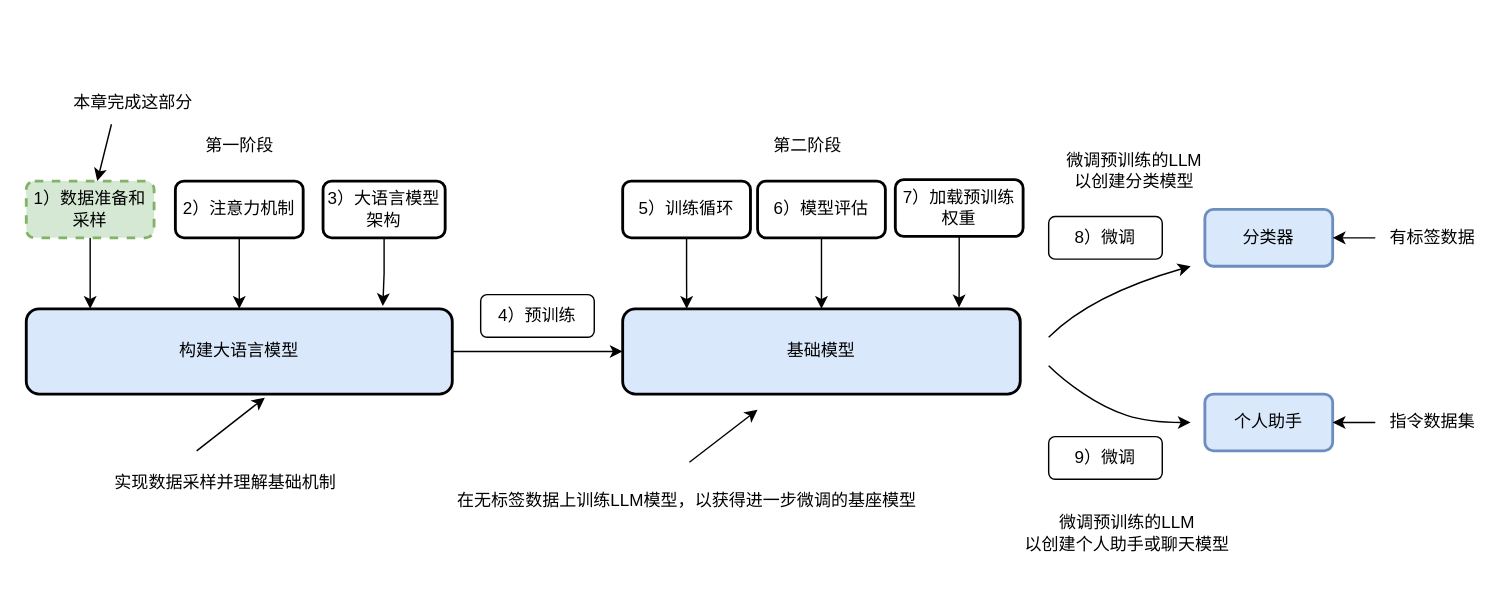
donglinAI/std_LLMs-from-scratch keeps this draw.io diagram as images_io/ch02_01_img1.drawio. Above is the earlier version. Source tidied: cells renumbered, new cells numbered last; positions are measured from the earlier drawing's top-left corner, leaving out a move shared by most shapes. Both pictures are drawn from the tidied source at 142%, with x=0, y=0 at pixel (26, 81).
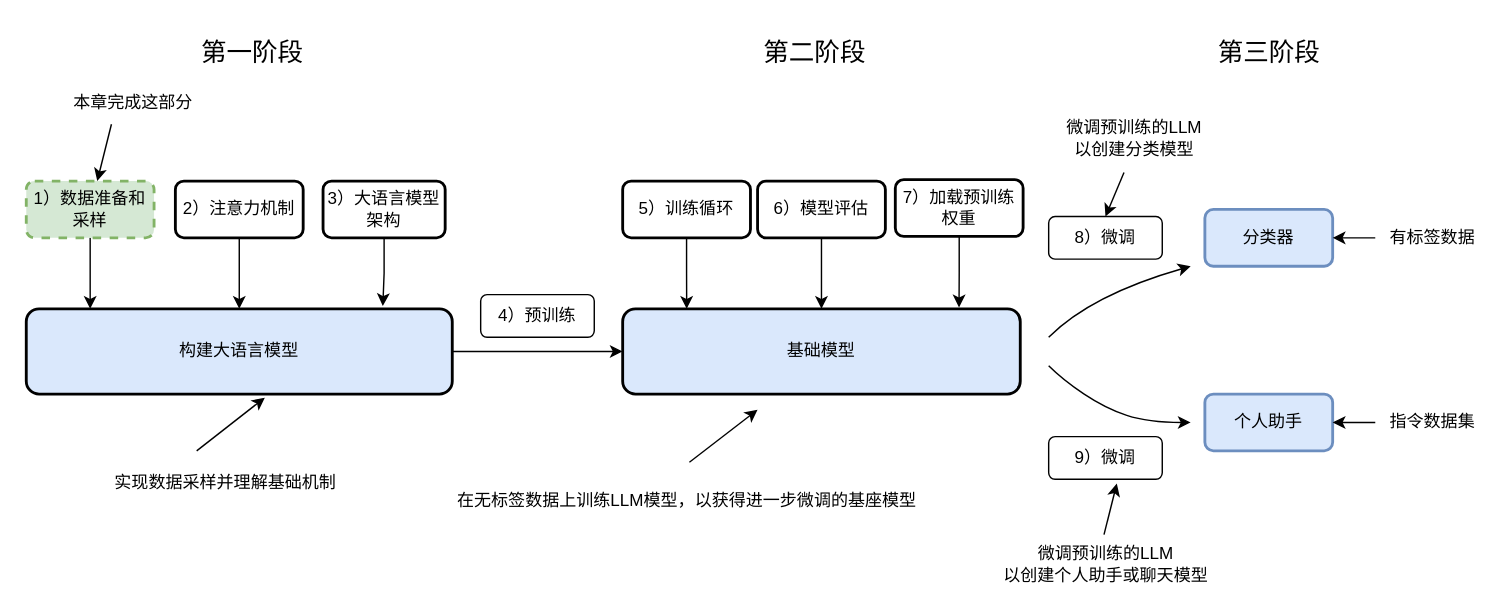
Above is the later version.

The change refers to these unchanged cells:
```xml
<mxCell id="32" value="8）微调" style="rounded=1;whiteSpace=wrap;html=1;strokeWidth=1;" parent="1" vertex="1">
  <mxGeometry x="720" y="95" width="80" height="30" as="geometry" />
</mxCell>
```

The edit, as a diff of the source:
```diff
@@
-    <mxCell id="12" value="第一阶段" style="text;html=1;align=center;verticalAlign=middle;strokeColor=none;fillColor=none;" parent="1" vertex="1">
-      <mxGeometry x="115" y="30" width="70" height="30" as="geometry" />
+    <mxCell id="12" value="&lt;font style=&quot;font-size: 18px;&quot;&gt;第一阶段&lt;/font&gt;" style="text;html=1;align=center;verticalAlign=middle;strokeColor=none;fillColor=none;" parent="1" vertex="1">
+      <mxGeometry x="109" y="-40" width="100" height="40" as="geometry" />
     </mxCell>
@@
-    <mxCell id="15" value="第二阶段" style="text;html=1;align=center;verticalAlign=middle;strokeColor=none;fillColor=none;" parent="1" vertex="1">
-      <mxGeometry x="515" y="30" width="70" height="30" as="geometry" />
+    <mxCell id="15" value="&lt;font style=&quot;font-size: 18px;&quot;&gt;第二阶段&lt;/font&gt;" style="text;html=1;align=center;verticalAlign=middle;strokeColor=none;fillColor=none;" parent="1" vertex="1">
+      <mxGeometry x="505" y="-40" width="100" height="40" as="geometry" />
     </mxCell>
@@
     <mxCell id="36" value="微调预训练的LLM&lt;div&gt;以创建个人助手或聊天模型&lt;/div&gt;" style="text;html=1;align=center;verticalAlign=middle;points=[];strokeColor=none;fillColor=none;" parent="1" vertex="1">
-      <mxGeometry x="690" y="298" width="170" height="40" as="geometry" />
+      <mxGeometry x="675" y="320" width="170" height="40" as="geometry" />
     </mxCell>
     <mxCell id="37" value="微调预训练的LLM&lt;div&gt;以创建分类模型&lt;/div&gt;" style="text;html=1;align=center;verticalAlign=middle;points=[];strokeColor=none;fillColor=none;" parent="1" vertex="1">
-      <mxGeometry x="720" y="43" width="120" height="40" as="geometry" />
+      <mxGeometry x="720" y="20" width="120" height="40" as="geometry" />
     </mxCell>
+    <mxCell id="38" value="&lt;font style=&quot;font-size: 18px;&quot;&gt;第三阶段&lt;/font&gt;" style="text;html=1;align=center;verticalAlign=middle;strokeColor=none;fillColor=none;" parent="1" vertex="1">
+      <mxGeometry x="825" y="-40" width="100" height="40" as="geometry" />
+    </mxCell>
+    <mxCell id="39" style="endArrow=classic;html=1;rounded=0;entryX=0.56;entryY=1.042;entryDx=0;entryDy=0;entryPerimeter=0;exitX=0.494;exitY=-0.025;exitDx=0;exitDy=0;exitPerimeter=0;" parent="1" edge="1" source="36">
+      <mxGeometry relative="1" as="geometry">
+        <mxPoint x="768" y="283" as="targetPoint" />
+      </mxGeometry>
+    </mxCell>
+    <mxCell id="40" style="endArrow=classic;html=1;rounded=0;entryX=0.5;entryY=0;entryDx=0;entryDy=0;exitX=0.442;exitY=1.1;exitDx=0;exitDy=0;exitPerimeter=0;" parent="1" edge="1" source="37" target="32">
+      <mxGeometry relative="1" as="geometry" />
+    </mxCell>
```
